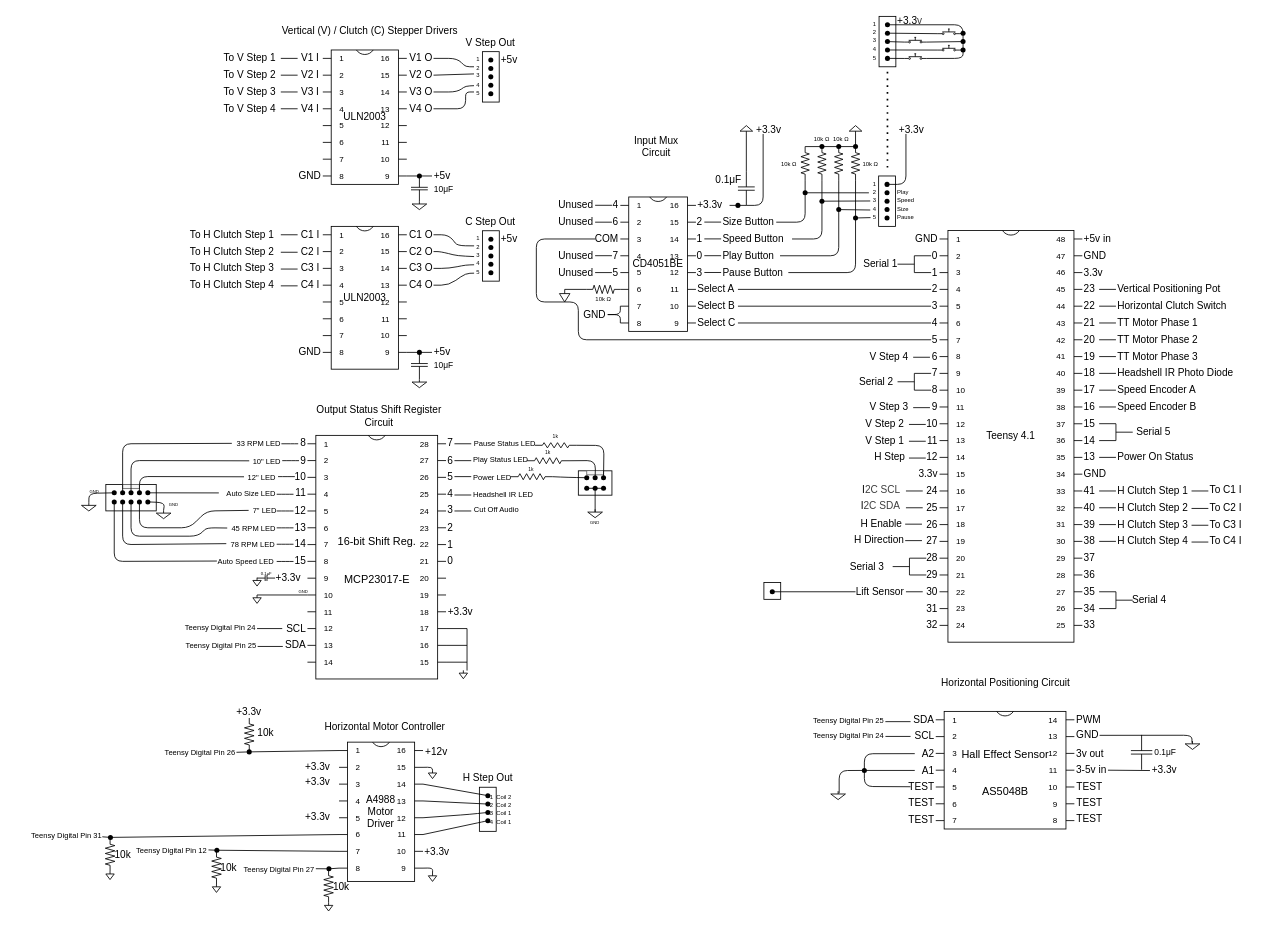
The draw.io diagram electrical/schematic.drawio in pdnelson/Automatic-Turntable-STM-01, before the edit. Source tidied: cells renumbered, new cells numbered last; positions are measured from the earlier drawing's top-left corner, leaving out a move shared by most shapes. Both pictures are drawn from the tidied source at 84%, with x=0, y=0 at pixel (14, 16).
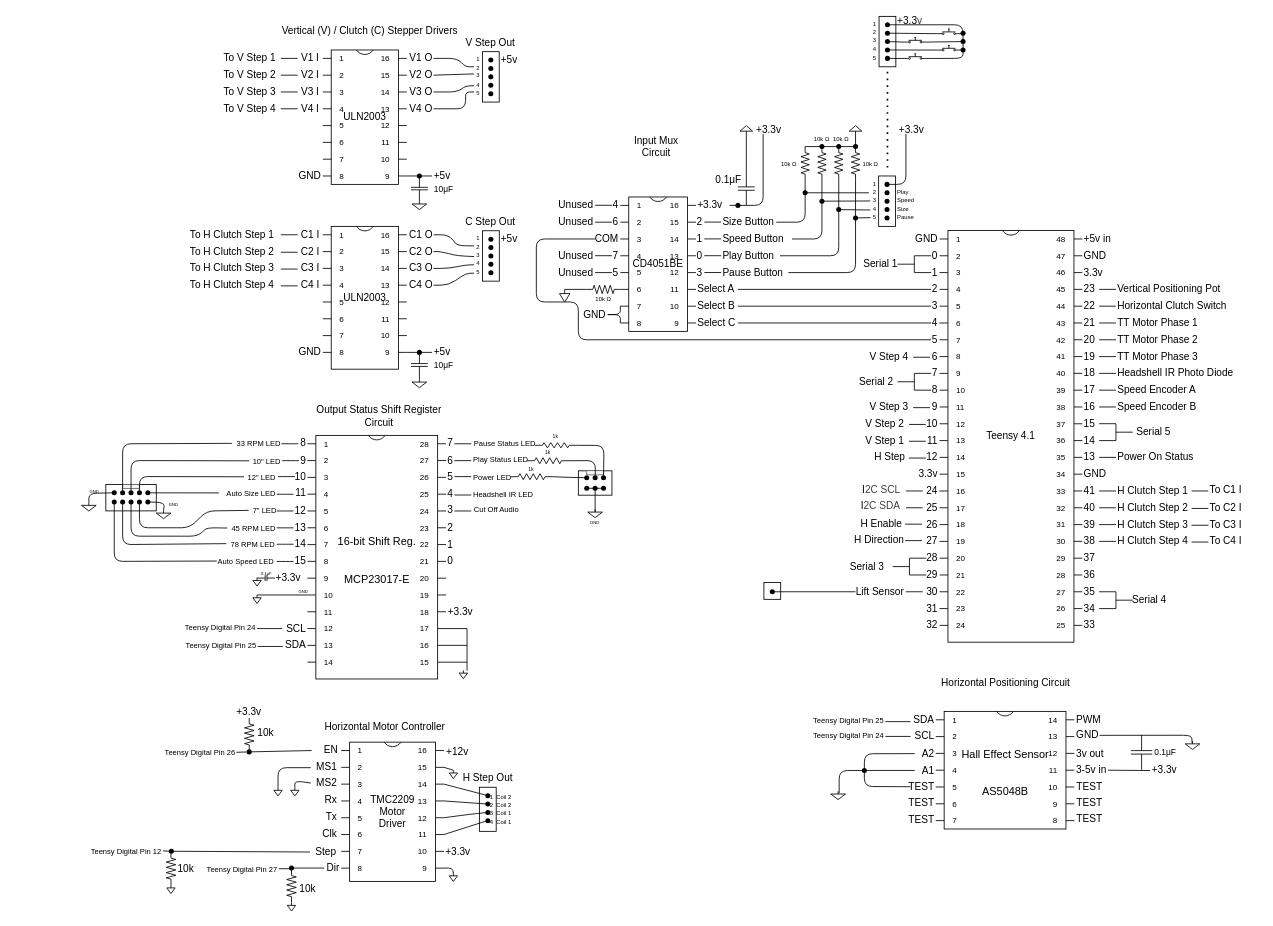
The same page after the edit.

Commit message:
update schematic to accommodate new motor driver

The change refers to these unchanged cells:
```xml
<mxCell id="516" style="shape=waypoint;sketch=0;fillStyle=solid;size=6;points=[];fillColor=none;perimeter=centerPerimeter;snapToPoint=1;" parent="1" vertex="1">
  <mxGeometry x="269.2" y="865.6" width="20" height="20" as="geometry" />
</mxCell>
```

The edit, as a diff of the source:
```diff
@@
-    <mxCell id="478" value="A4988&lt;div&gt;Motor&lt;/div&gt;&lt;div&gt;Driver&lt;/div&gt;" style="shadow=0;dashed=0;align=center;html=1;strokeWidth=1;shape=mxgraph.electrical.logic_gates.dual_inline_ic;labelNames=a,b,c,d,e,f,g,h,i,j,k,l,m,n,o,p,q,r,s,t;whiteSpace=wrap;" parent="1" vertex="1">
-      <mxGeometry x="386.1" y="864" width="100" height="165.8" as="geometry" />
+    <mxCell id="478" value="TMC2209&lt;div&gt;Motor&lt;/div&gt;&lt;div&gt;Driver&lt;/div&gt;" style="shadow=0;dashed=0;align=center;html=1;strokeWidth=1;shape=mxgraph.electrical.logic_gates.dual_inline_ic;labelNames=a,b,c,d,e,f,g,h,i,j,k,l,m,n,o,p,q,r,s,t;whiteSpace=wrap;" parent="1" vertex="1">
+      <mxGeometry x="388.7" y="864" width="122.3" height="165.8" as="geometry" />
     </mxCell>
     <mxCell id="479" style="verticalLabelPosition=bottom;shadow=0;dashed=0;align=center;html=1;verticalAlign=top;shape=mxgraph.electrical.signal_sources.signal_ground;" parent="1" vertex="1">
-      <mxGeometry x="492.4" y="1019.8" width="10" height="10" as="geometry" />
+      <mxGeometry x="517.2" y="1019.8" width="10" height="10" as="geometry" />
     </mxCell>
     <mxCell id="480" style="endArrow=none;html=1;entryX=0.5;entryY=0;entryDx=0;entryDy=0;entryPerimeter=0;exitX=1;exitY=0;exitDx=0;exitDy=150;exitPerimeter=0;" parent="1" edge="1" source="478" target="479">
       <mxGeometry relative="1" as="geometry">
         <Array as="points">
-          <mxPoint x="497.6" y="1013.8" />
+          <mxPoint x="521" y="1013.8" />
         </Array>
       </mxGeometry>
     </mxCell>
     <mxCell id="481" value="+3.3v" style="text;html=1;align=left;verticalAlign=middle;whiteSpace=wrap;rounded=0;" parent="1" vertex="1">
-      <mxGeometry x="486.1" y="989.8" width="40" height="10" as="geometry" />
+      <mxGeometry x="511" y="989.8" width="40" height="10" as="geometry" />
     </mxCell>
     <mxCell id="482" style="verticalLabelPosition=bottom;shadow=0;dashed=0;align=center;html=1;verticalAlign=top;shape=mxgraph.electrical.signal_sources.signal_ground;" parent="1" vertex="1">
-      <mxGeometry x="492.4" y="897.4" width="10" height="10" as="geometry" />
+      <mxGeometry x="517.2" y="897.4" width="10" height="10" as="geometry" />
     </mxCell>
     <mxCell id="483" style="endArrow=none;html=1;exitX=1;exitY=0;exitDx=0;exitDy=30;exitPerimeter=0;entryX=0.5;entryY=0;entryDx=0;entryDy=0;entryPerimeter=0;" parent="1" edge="1" source="478" target="482">
-      <mxGeometry relative="1" as="geometry">
-        <Array as="points">
-          <mxPoint x="496.6" y="893.8" />
-        </Array>
-      </mxGeometry>
+      <mxGeometry relative="1" as="geometry" />
     </mxCell>
     <mxCell id="484" value="+12v" style="text;html=1;align=left;verticalAlign=middle;whiteSpace=wrap;rounded=0;" parent="1" vertex="1">
-      <mxGeometry x="487.4" y="870.6" width="40" height="10" as="geometry" />
+      <mxGeometry x="512.2" y="870.6" width="40" height="10" as="geometry" />
     </mxCell>
-    <mxCell id="485" value="+3.3v" style="text;html=1;align=left;verticalAlign=middle;whiteSpace=wrap;rounded=0;" parent="1" vertex="1">
-      <mxGeometry x="344.1" y="888.6" width="40" height="10" as="geometry" />
-    </mxCell>
-    <mxCell id="486" value="+3.3v" style="text;html=1;align=left;verticalAlign=middle;whiteSpace=wrap;rounded=0;" parent="1" vertex="1">
-      <mxGeometry x="344.1" y="907.4" width="40" height="10" as="geometry" />
-    </mxCell>
-    <mxCell id="487" value="&lt;font style=&quot;font-size: 9px;&quot;&gt;Teensy Digital Pin 31&lt;/font&gt;" style="text;html=1;align=right;verticalAlign=middle;whiteSpace=wrap;rounded=0;" parent="1" vertex="1">
-      <mxGeometry y="967.4" width="105.5" height="15" as="geometry" />
-    </mxCell>
@@
     <mxCell id="490" value="&lt;font style=&quot;font-size: 9px;&quot;&gt;Teensy Digital Pin 12&lt;/font&gt;" style="text;html=1;align=right;verticalAlign=middle;whiteSpace=wrap;rounded=0;" parent="1" vertex="1">
-      <mxGeometry x="125.2" y="984.8" width="105.5" height="15" as="geometry" />
+      <mxGeometry x="71" y="986" width="105.5" height="15" as="geometry" />
     </mxCell>
@@
     <mxCell id="493" value="&lt;font style=&quot;font-size: 9px;&quot;&gt;Teensy Digital Pin 27&lt;/font&gt;" style="text;html=1;align=right;verticalAlign=middle;whiteSpace=wrap;rounded=0;" parent="1" vertex="1">
-      <mxGeometry x="253" y="1007.2" width="105.5" height="15" as="geometry" />
+      <mxGeometry x="208.8" y="1007.2" width="105.5" height="15" as="geometry" />
     </mxCell>
@@
-    <mxCell id="511" value="+3.3v" style="text;html=1;align=left;verticalAlign=middle;whiteSpace=wrap;rounded=0;" parent="1" vertex="1">
-      <mxGeometry x="344.1" y="947.7" width="40" height="10" as="geometry" />
-    </mxCell>
@@
-    <mxCell id="513" style="endArrow=none;html=1;exitDx=0;exitDy=0;entryX=0;entryY=0;entryDx=0;entryDy=10;entryPerimeter=0;" parent="1" edge="1" source="516" target="478">
+    <mxCell id="513" style="endArrow=none;html=1;exitDx=0;exitDy=0;entryX=0;entryY=0.5;entryDx=0;entryDy=0;" parent="1" edge="1" source="516" target="538">
       <mxGeometry relative="1" as="geometry" />
     </mxCell>
@@
-    <mxCell id="520" style="shape=waypoint;sketch=0;fillStyle=solid;size=6;points=[];fillColor=none;perimeter=centerPerimeter;snapToPoint=1;" parent="1" vertex="1">
-      <mxGeometry x="364.1" y="1004.8" width="20" height="20" as="geometry" />
-    </mxCell>
-    <mxCell id="521" style="endArrow=none;html=1;entryX=0;entryY=0;entryDx=0;entryDy=150;entryPerimeter=0;" parent="1" edge="1" source="520" target="478">
+    <mxCell id="521" style="endArrow=none;html=1;entryX=0;entryY=0.5;entryDx=0;entryDy=0;" parent="1" edge="1" source="520" target="546">
       <mxGeometry relative="1" as="geometry" />
     </mxCell>
-    <mxCell id="522" style="endArrow=none;html=1;exitX=1;exitY=0.5;exitDx=0;exitDy=0;entryX=0.407;entryY=0.599;entryDx=0;entryDy=0;entryPerimeter=0;" parent="1" edge="1" source="493" target="520">
-      <mxGeometry relative="1" as="geometry" />
+    <mxCell id="522" style="endArrow=none;html=1;exitX=1;exitY=0.5;exitDx=0;exitDy=0;entryX=0.407;entryY=0.599;entryDx=0;entryDy=0;entryPerimeter=0;" parent="1" edge="1" source="493">
+      <mxGeometry relative="1" as="geometry">
+        <mxPoint x="329.9" y="1014.7" as="targetPoint" />
+      </mxGeometry>
     </mxCell>
     <mxCell id="523" style="verticalLabelPosition=bottom;shadow=0;dashed=0;align=center;html=1;verticalAlign=top;shape=mxgraph.electrical.signal_sources.signal_ground;" parent="1" vertex="1">
-      <mxGeometry x="368.7" y="1055" width="10" height="10" as="geometry" />
+      <mxGeometry x="324.5" y="1055" width="10" height="10" as="geometry" />
     </mxCell>
     <mxCell id="524" style="verticalLabelPosition=bottom;shadow=0;dashed=0;align=center;html=1;verticalAlign=top;shape=mxgraph.electrical.resistors.resistor_2;rotation=-90;" parent="1" vertex="1">
-      <mxGeometry x="354.1" y="1029.8" width="39.1" height="11.4" as="geometry" />
+      <mxGeometry x="310" y="1029.7" width="39.1" height="11.4" as="geometry" />
     </mxCell>
     <mxCell id="525" value="10k" style="text;html=1;align=center;verticalAlign=middle;whiteSpace=wrap;rounded=0;" parent="1" vertex="1">
-      <mxGeometry x="368.7" y="1031.1" width="40" height="10" as="geometry" />
+      <mxGeometry x="328.5" y="1034.2" width="40" height="10" as="geometry" />
     </mxCell>
     <mxCell id="526" style="shape=waypoint;sketch=0;fillStyle=solid;size=6;points=[];fillColor=none;perimeter=centerPerimeter;snapToPoint=1;" parent="1" vertex="1">
-      <mxGeometry x="230.7" y="982.7" width="20" height="20" as="geometry" />
+      <mxGeometry x="176.5" y="983.9" width="20" height="20" as="geometry" />
     </mxCell>
     <mxCell id="527" style="verticalLabelPosition=bottom;shadow=0;dashed=0;align=center;html=1;verticalAlign=top;shape=mxgraph.electrical.signal_sources.signal_ground;" parent="1" vertex="1">
-      <mxGeometry x="235.2" y="1032.9" width="10" height="10" as="geometry" />
+      <mxGeometry x="181" y="1034.2" width="10" height="10" as="geometry" />
     </mxCell>
     <mxCell id="528" style="verticalLabelPosition=bottom;shadow=0;dashed=0;align=center;html=1;verticalAlign=top;shape=mxgraph.electrical.resistors.resistor_2;rotation=-90;" parent="1" vertex="1">
-      <mxGeometry x="220.7" y="1007.7" width="39.1" height="11.4" as="geometry" />
+      <mxGeometry x="166.5" y="1008.9" width="39.1" height="11.4" as="geometry" />
     </mxCell>
     <mxCell id="529" value="10k" style="text;html=1;align=center;verticalAlign=middle;whiteSpace=wrap;rounded=0;" parent="1" vertex="1">
-      <mxGeometry x="235.2" y="1009.1" width="40" height="10" as="geometry" />
+      <mxGeometry x="183.8" y="1009.8" width="40" height="10" as="geometry" />
     </mxCell>
-    <mxCell id="530" style="endArrow=none;html=1;entryX=0;entryY=0;entryDx=0;entryDy=130;entryPerimeter=0;" parent="1" edge="1" source="526" target="478">
+    <mxCell id="530" style="endArrow=none;html=1;entryX=0;entryY=0.5;entryDx=0;entryDy=0;" parent="1" edge="1" source="526" target="544">
       <mxGeometry relative="1" as="geometry" />
     </mxCell>
@@
-    <mxCell id="532" style="shape=waypoint;sketch=0;fillStyle=solid;size=6;points=[];fillColor=none;perimeter=centerPerimeter;snapToPoint=1;" parent="1" vertex="1">
-      <mxGeometry x="104" y="967.4" width="20" height="20" as="geometry" />
-    </mxCell>
-    <mxCell id="533" style="verticalLabelPosition=bottom;shadow=0;dashed=0;align=center;html=1;verticalAlign=top;shape=mxgraph.electrical.signal_sources.signal_ground;" parent="1" vertex="1">
-      <mxGeometry x="108.5" y="1017.6" width="10" height="10" as="geometry" />
-    </mxCell>
-    <mxCell id="534" style="verticalLabelPosition=bottom;shadow=0;dashed=0;align=center;html=1;verticalAlign=top;shape=mxgraph.electrical.resistors.resistor_2;rotation=-90;" parent="1" vertex="1">
-      <mxGeometry x="94" y="992.4" width="39.1" height="11.4" as="geometry" />
-    </mxCell>
-    <mxCell id="535" style="endArrow=none;html=1;exitX=1;exitY=0.5;exitDx=0;exitDy=0;entryX=0.411;entryY=0.17;entryDx=0;entryDy=0;entryPerimeter=0;" parent="1" edge="1" target="532">
-      <mxGeometry relative="1" as="geometry">
-        <mxPoint x="104.3" y="976.7" as="sourcePoint" />
-      </mxGeometry>
-    </mxCell>
-    <mxCell id="536" style="endArrow=none;html=1;exitX=0.736;exitY=0.338;exitDx=0;exitDy=0;exitPerimeter=0;entryX=0;entryY=0;entryDx=0;entryDy=110;entryPerimeter=0;" parent="1" edge="1" source="532" target="478">
-      <mxGeometry relative="1" as="geometry" />
-    </mxCell>
-    <mxCell id="537" value="10k" style="text;html=1;align=center;verticalAlign=middle;whiteSpace=wrap;rounded=0;" parent="1" vertex="1">
-      <mxGeometry x="108.5" y="993.8" width="40" height="10" as="geometry" />
-    </mxCell>
+    <mxCell id="538" value="EN" style="text;html=1;align=right;verticalAlign=middle;whiteSpace=wrap;rounded=0;" parent="1" vertex="1">
+      <mxGeometry x="353.5" y="869" width="32.5" height="10" as="geometry" />
+    </mxCell>
+    <mxCell id="539" value="MS1" style="text;html=1;align=right;verticalAlign=middle;whiteSpace=wrap;rounded=0;" parent="1" vertex="1">
+      <mxGeometry x="352.5" y="889.4" width="32.5" height="10" as="geometry" />
+    </mxCell>
+    <mxCell id="540" value="MS2" style="text;html=1;align=right;verticalAlign=middle;whiteSpace=wrap;rounded=0;" parent="1" vertex="1">
+      <mxGeometry x="352.5" y="907.7" width="32.5" height="10" as="geometry" />
+    </mxCell>
+    <mxCell id="541" value="Rx" style="text;html=1;align=right;verticalAlign=middle;whiteSpace=wrap;rounded=0;" parent="1" vertex="1">
+      <mxGeometry x="346" y="928" width="40" height="10" as="geometry" />
+    </mxCell>
+    <mxCell id="542" value="Tx" style="text;html=1;align=right;verticalAlign=middle;whiteSpace=wrap;rounded=0;" parent="1" vertex="1">
+      <mxGeometry x="321" y="947.7" width="65" height="10" as="geometry" />
+    </mxCell>
+    <mxCell id="543" value="Clk" style="text;html=1;align=right;verticalAlign=middle;whiteSpace=wrap;rounded=0;" parent="1" vertex="1">
+      <mxGeometry x="321" y="967.7" width="65" height="10" as="geometry" />
+    </mxCell>
+    <mxCell id="544" value="Step" style="text;html=1;align=right;verticalAlign=middle;whiteSpace=wrap;rounded=0;" parent="1" vertex="1">
+      <mxGeometry x="351.6" y="989.8" width="32.5" height="10" as="geometry" />
+    </mxCell>
+    <mxCell id="545" style="endArrow=none;html=1;entryDx=0;entryDy=150;entryPerimeter=0;" parent="1" edge="1" target="520">
+      <mxGeometry relative="1" as="geometry">
+        <mxPoint x="329.9" y="1014.7" as="sourcePoint" />
+      </mxGeometry>
+    </mxCell>
+    <mxCell id="520" style="shape=waypoint;sketch=0;fillStyle=solid;size=6;points=[];fillColor=none;perimeter=centerPerimeter;snapToPoint=1;" parent="1" vertex="1">
+      <mxGeometry x="319.5" y="1003.9" width="20" height="20" as="geometry" />
+    </mxCell>
+    <mxCell id="546" value="Dir" style="text;html=1;align=right;verticalAlign=middle;whiteSpace=wrap;rounded=0;" parent="1" vertex="1">
+      <mxGeometry x="368.6" y="1008.9" width="20" height="10" as="geometry" />
+    </mxCell>
+    <mxCell id="547" style="verticalLabelPosition=bottom;shadow=0;dashed=0;align=center;html=1;verticalAlign=top;shape=mxgraph.electrical.signal_sources.signal_ground;" parent="1" vertex="1">
+      <mxGeometry x="328.5" y="918" width="10" height="10" as="geometry" />
+    </mxCell>
+    <mxCell id="548" style="endArrow=none;html=1;exitX=0.5;exitY=0;exitDx=0;exitDy=0;exitPerimeter=0;entryX=0;entryY=0.5;entryDx=0;entryDy=0;" parent="1" edge="1" source="547" target="540">
+      <mxGeometry relative="1" as="geometry">
+        <Array as="points">
+          <mxPoint x="333.5" y="910" />
+        </Array>
+      </mxGeometry>
+    </mxCell>
+    <mxCell id="549" style="verticalLabelPosition=bottom;shadow=0;dashed=0;align=center;html=1;verticalAlign=top;shape=mxgraph.electrical.signal_sources.signal_ground;" parent="1" vertex="1">
+      <mxGeometry x="308.5" y="918" width="10" height="10" as="geometry" />
+    </mxCell>
+    <mxCell id="550" style="endArrow=none;html=1;exitX=0.5;exitY=0;exitDx=0;exitDy=0;exitPerimeter=0;entryX=0;entryY=0.5;entryDx=0;entryDy=0;" parent="1" edge="1" source="549" target="539">
+      <mxGeometry relative="1" as="geometry">
+        <Array as="points">
+          <mxPoint x="313.5" y="894.4" />
+        </Array>
+      </mxGeometry>
+    </mxCell>
```
